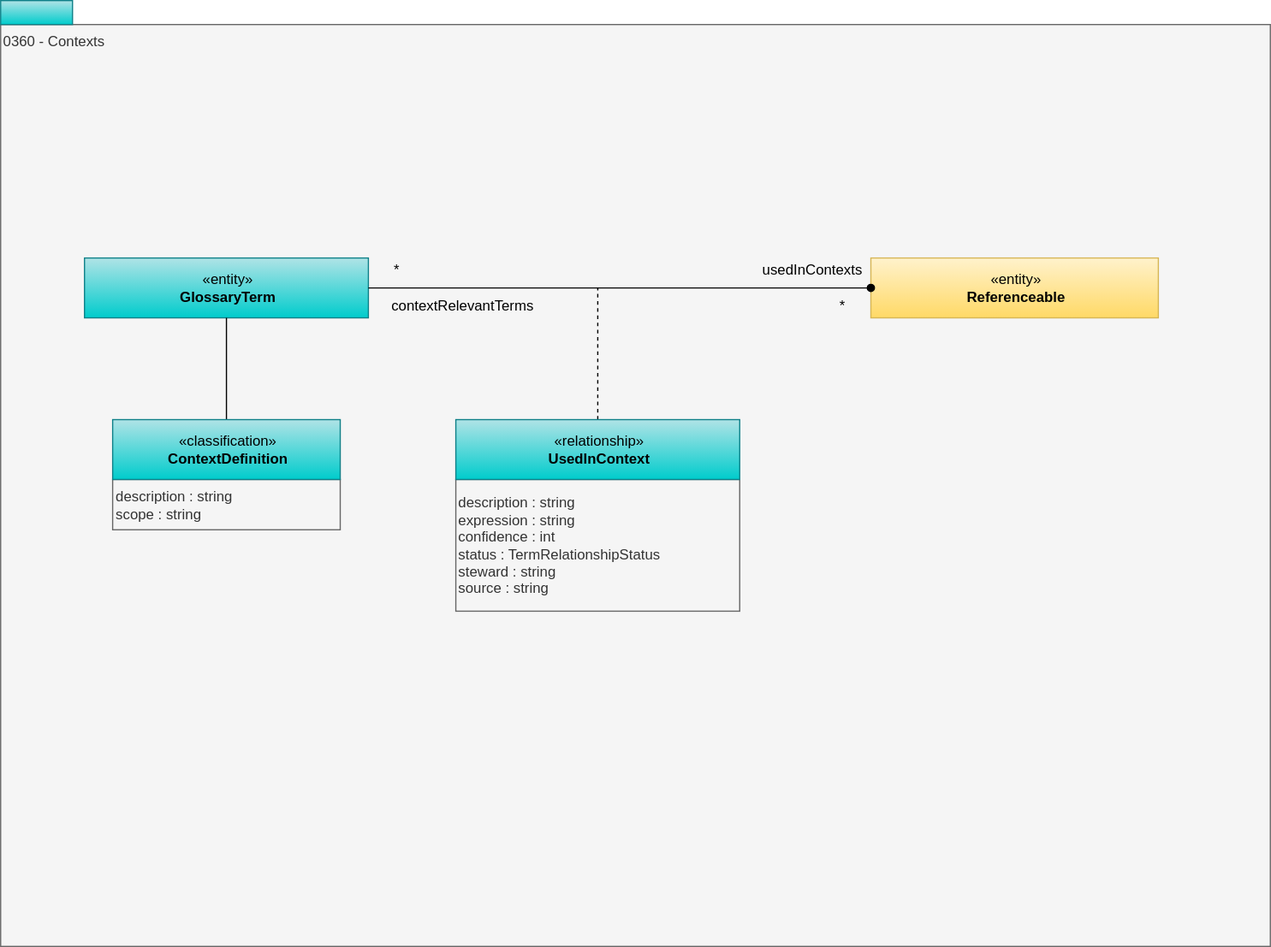
Above: site/docs/types/3/0360-Contexts.svg in odpi/egeria-docs (draw.io), before the change. Source tidied: cells renumbered, new cells last; positions are measured from the earlier drawing's top-left corner, leaving out a move shared by most shapes.
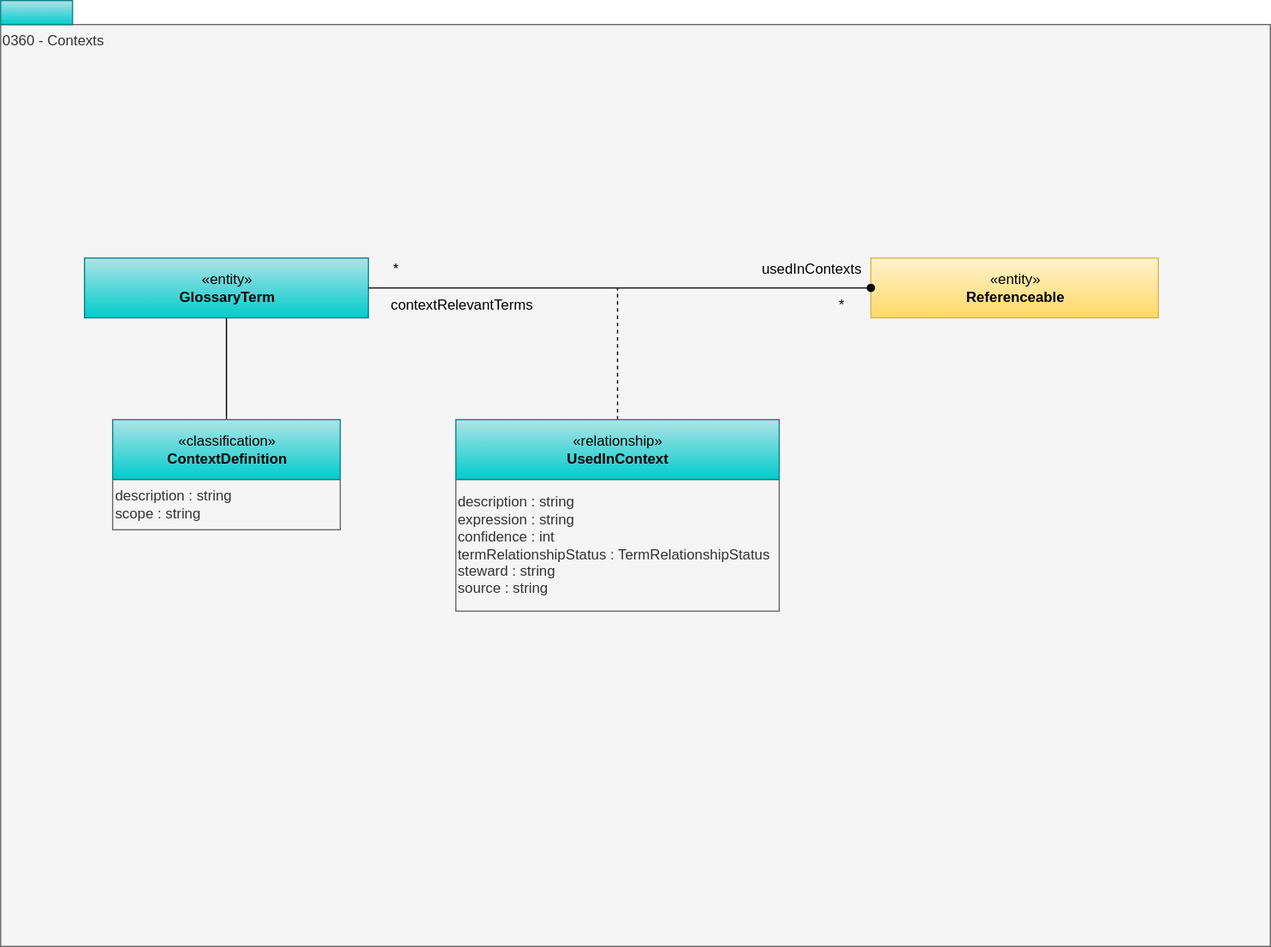
After the change.

Diff of the diagram source:
```diff
@@ -8,16 +8,16 @@
     <mxCell id="3" style="rounded=0;whiteSpace=wrap;html=1;align=left;fillColor=#b0e3e6;strokeColor=#0e8088;gradientColor=#00CCCC;" parent="1" vertex="1">
       <mxGeometry width="60" height="20" as="geometry" />
     </mxCell>
-    <mxCell id="4" value="description : string&lt;br&gt;expression : string&lt;div&gt;confidence : int&lt;br&gt;status : TermRelationshipStatus&lt;br&gt;steward : string&lt;br&gt;source : string&lt;/div&gt;" style="rounded=0;whiteSpace=wrap;html=1;strokeColor=#666666;align=left;fillColor=#f5f5f5;fontColor=#333333;" parent="1" vertex="1">
-      <mxGeometry x="380" y="400" width="237" height="110" as="geometry" />
+    <mxCell id="4" value="description : string&lt;br&gt;expression : string&lt;div&gt;confidence : int&lt;br&gt;termRelationshipStatus : TermRelationshipStatus&lt;br&gt;steward : string&lt;br&gt;source : string&lt;/div&gt;" style="rounded=0;whiteSpace=wrap;html=1;strokeColor=#666666;align=left;fillColor=#f5f5f5;fontColor=#333333;" parent="1" vertex="1">
+      <mxGeometry x="380" y="400" width="270" height="110" as="geometry" />
     </mxCell>
     <mxCell id="5" style="edgeStyle=orthogonalEdgeStyle;rounded=0;jettySize=auto;html=1;endArrow=none;endFill=0;dashed=1;" parent="1" edge="1" source="6">
       <mxGeometry relative="1" as="geometry">
-        <mxPoint x="498.5" y="240" as="targetPoint" />
+        <mxPoint x="515" y="240" as="targetPoint" />
       </mxGeometry>
     </mxCell>
     <mxCell id="6" value="«relationship»&lt;br&gt;&lt;b&gt;UsedInContext&lt;/b&gt;" style="html=1;strokeColor=#0e8088;align=center;fillColor=#b0e3e6;gradientColor=#00CCCC;" parent="1" vertex="1">
-      <mxGeometry x="380" y="350" width="237" height="50" as="geometry" />
+      <mxGeometry x="380" y="350" width="270" height="50" as="geometry" />
     </mxCell>
     <mxCell id="7" value="«entity»&lt;br&gt;&lt;b&gt;GlossaryTerm&lt;/b&gt;" style="html=1;strokeColor=#0e8088;align=center;fillColor=#b0e3e6;gradientColor=#00CCCC;" parent="1" vertex="1">
       <mxGeometry x="70" y="215" width="237" height="50" as="geometry" />
```
